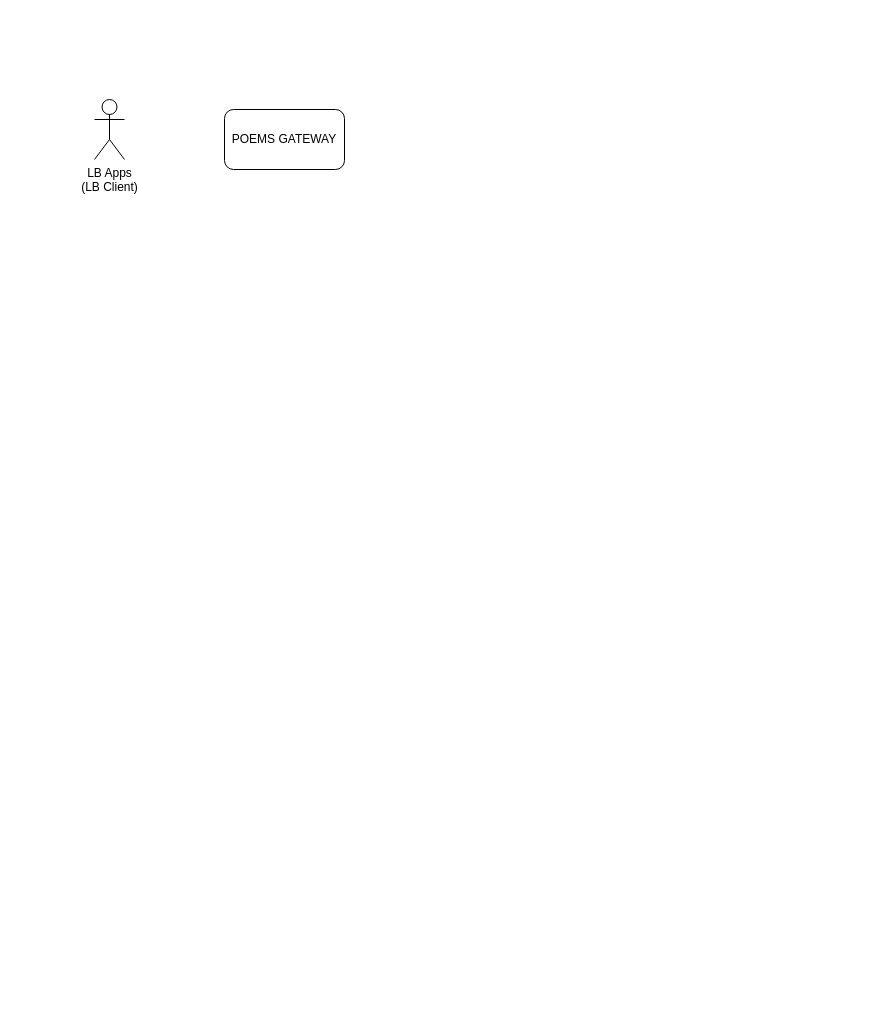
Above: LB_PSPL_Acct Opening.drawio in pspluse007/LBPSPLAOP (draw.io), before the change. Source tidied: cells renumbered, new cells numbered last; positions are measured from the earlier drawing's top-left corner, leaving out a move shared by most shapes. Both pictures are drawn from the tidied source at 100%, with x=0, y=0 at pixel (94, 99).
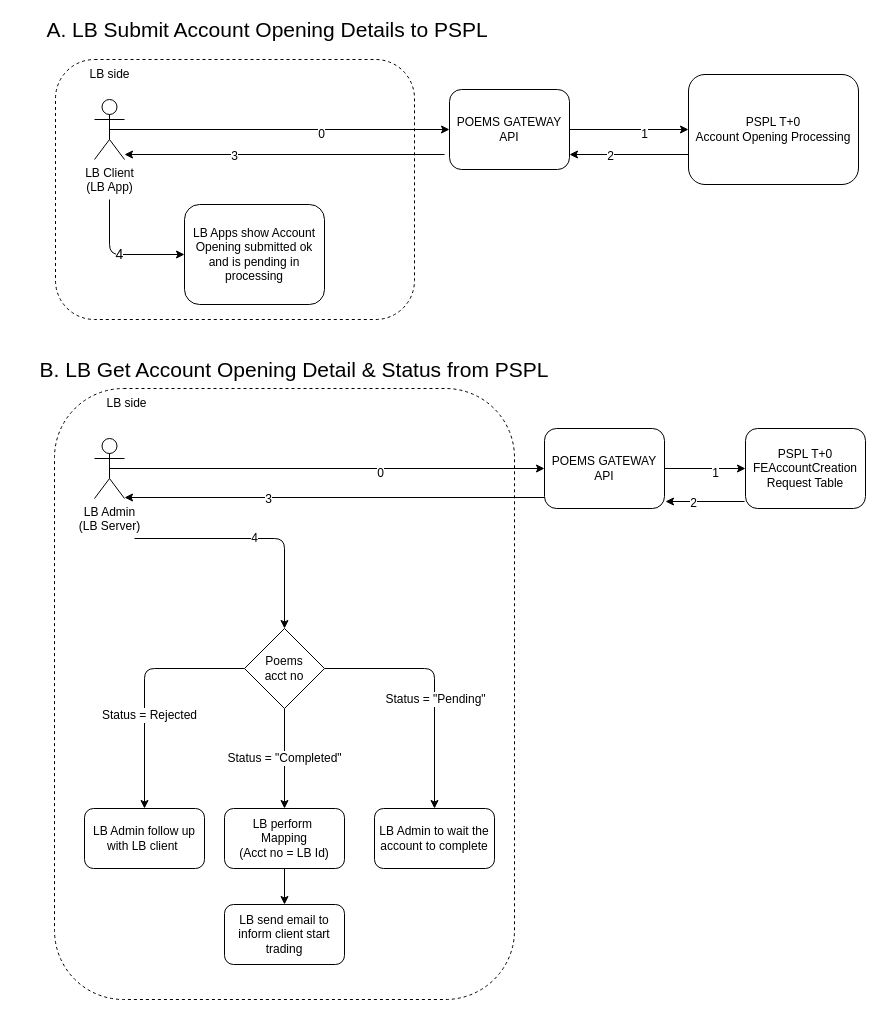
The same diagram, later.

What changed in the source:
```diff
@@
+    <mxCell id="3" value="POEMS GATEWAY&lt;br&gt;API" style="rounded=1;whiteSpace=wrap;html=1;" parent="1" vertex="1">
+      <mxGeometry x="355" y="-10" width="120" height="80" as="geometry" />
+    </mxCell>
+    <mxCell id="4" value="PSPL T+0 &lt;br&gt;Account Opening Processing" style="rounded=1;whiteSpace=wrap;html=1;" parent="1" vertex="1">
+      <mxGeometry x="594" y="-25" width="170" height="110" as="geometry" />
+    </mxCell>
+    <mxCell id="5" style="endArrow=classic;html=1;exitX=1;exitY=0.5;exitDx=0;exitDy=0;entryX=0;entryY=0.5;entryDx=0;entryDy=0;" parent="1" edge="1" source="3" target="4">
+      <mxGeometry relative="1" as="geometry" />
+    </mxCell>
+    <mxCell id="6" value="1" style="text;html=1;align=center;verticalAlign=middle;labelBackgroundColor=#ffffff;" parent="5" vertex="1">
+      <mxGeometry x="0.24" y="-4" relative="1" as="geometry" />
+    </mxCell>
+    <mxCell id="7" style="endArrow=classic;html=1;exitX=0;exitY=0.682;exitDx=0;exitDy=0;exitPerimeter=0;entryX=1;entryY=0.75;entryDx=0;entryDy=0;" parent="1" edge="1">
+      <mxGeometry relative="1" as="geometry">
+        <mxPoint x="594" y="55" as="sourcePoint" />
+        <mxPoint x="475" y="55" as="targetPoint" />
+      </mxGeometry>
+    </mxCell>
+    <mxCell id="8" value="2" style="text;html=1;align=center;verticalAlign=middle;labelBackgroundColor=#ffffff;" parent="7" vertex="1">
+      <mxGeometry x="0.32" y="1" relative="1" as="geometry" />
+    </mxCell>
+    <mxCell id="9" value="POEMS GATEWAY&lt;br&gt;API" style="rounded=1;whiteSpace=wrap;html=1;" parent="1" vertex="1">
+      <mxGeometry x="450" y="329" width="120" height="80" as="geometry" />
+    </mxCell>
+    <mxCell id="10" value="PSPL T+0&lt;br&gt;FEAccountCreation&lt;br&gt;Request Table" style="rounded=1;whiteSpace=wrap;html=1;" parent="1" vertex="1">
+      <mxGeometry x="651" y="329" width="120" height="80" as="geometry" />
+    </mxCell>
+    <mxCell id="11" style="endArrow=classic;html=1;exitX=1;exitY=0.5;exitDx=0;exitDy=0;entryX=0;entryY=0.5;entryDx=0;entryDy=0;" parent="1" edge="1" source="9" target="10">
+      <mxGeometry relative="1" as="geometry" />
+    </mxCell>
+    <mxCell id="12" value="1" style="text;html=1;align=center;verticalAlign=middle;labelBackgroundColor=#ffffff;" parent="11" vertex="1">
+      <mxGeometry x="0.24" y="-4" relative="1" as="geometry" />
+    </mxCell>
+    <mxCell id="13" style="endArrow=classic;html=1;" parent="1" edge="1">
+      <mxGeometry relative="1" as="geometry">
+        <mxPoint x="650" y="402" as="sourcePoint" />
+        <mxPoint x="571" y="402" as="targetPoint" />
+      </mxGeometry>
+    </mxCell>
+    <mxCell id="14" value="2" style="text;html=1;align=center;verticalAlign=middle;labelBackgroundColor=#ffffff;" parent="13" vertex="1">
+      <mxGeometry x="0.32" y="1" relative="1" as="geometry" />
+    </mxCell>
+    <mxCell id="15" value="A. LB Submit Account Opening Details to PSPL" style="text;html=1;strokeColor=none;fillColor=none;align=center;verticalAlign=middle;whiteSpace=wrap;rounded=0;fontSize=21;" parent="1" vertex="1">
+      <mxGeometry x="-77" y="-80" width="500" height="20" as="geometry" />
+    </mxCell>
+    <mxCell id="16" value="B. LB Get Account Opening Detail &amp;amp; Status from PSPL" style="text;html=1;strokeColor=none;fillColor=none;align=center;verticalAlign=middle;whiteSpace=wrap;rounded=0;fontSize=21;" parent="1" vertex="1">
+      <mxGeometry x="-75" y="260" width="550" height="20" as="geometry" />
+    </mxCell>
+    <mxCell id="17" style="rounded=1;whiteSpace=wrap;html=1;fontSize=12;dashed=1;" parent="1" vertex="1">
+      <mxGeometry x="-40" y="289" width="460" height="611" as="geometry" />
+    </mxCell>
+    <mxCell id="18" value="Poems &lt;br&gt;acct no" style="rhombus;whiteSpace=wrap;html=1;fontSize=12;" parent="1" vertex="1">
+      <mxGeometry x="150" y="529" width="80" height="80" as="geometry" />
+    </mxCell>
+    <mxCell id="19" value="LB perform&amp;nbsp;&lt;br&gt;Mapping&lt;br&gt;(Acct no = LB Id)" style="rounded=1;whiteSpace=wrap;html=1;fontSize=12;" parent="1" vertex="1">
+      <mxGeometry x="130" y="709" width="120" height="60" as="geometry" />
+    </mxCell>
+    <mxCell id="20" value="Status = &quot;Completed&quot;" style="endArrow=classic;html=1;fontSize=12;entryX=0.5;entryY=0;entryDx=0;entryDy=0;exitX=0.5;exitY=1;exitDx=0;exitDy=0;" parent="1" edge="1" source="18" target="19">
+      <mxGeometry relative="1" as="geometry" />
+    </mxCell>
+    <mxCell id="21" value="LB Admin follow up with LB client&amp;nbsp;" style="rounded=1;whiteSpace=wrap;html=1;fontSize=12;" parent="1" vertex="1">
+      <mxGeometry x="-10" y="709" width="120" height="60" as="geometry" />
+    </mxCell>
+    <mxCell id="22" style="endArrow=classic;html=1;fontSize=12;exitX=0;exitY=0.5;exitDx=0;exitDy=0;" parent="1" edge="1" source="18" target="21">
+      <mxGeometry relative="1" as="geometry">
+        <Array as="points">
+          <mxPoint x="50" y="569" />
+        </Array>
+      </mxGeometry>
+    </mxCell>
+    <mxCell id="23" value="Status = Rejected" style="text;html=1;align=center;verticalAlign=middle;labelBackgroundColor=#ffffff;fontSize=12;" parent="22" vertex="1">
+      <mxGeometry x="0.22" y="4" relative="1" as="geometry" />
+    </mxCell>
+    <mxCell id="24" value="&lt;span style=&quot;white-space: normal&quot;&gt;LB Admin to wait the account to complete&lt;/span&gt;" style="rounded=1;whiteSpace=wrap;html=1;fontSize=12;" parent="1" vertex="1">
+      <mxGeometry x="280" y="709" width="120" height="60" as="geometry" />
+    </mxCell>
+    <mxCell id="25" style="endArrow=classic;html=1;fontSize=12;exitX=1;exitY=0.5;exitDx=0;exitDy=0;entryX=0.5;entryY=0;entryDx=0;entryDy=0;" parent="1" edge="1" source="18" target="24">
+      <mxGeometry relative="1" as="geometry">
+        <Array as="points">
+          <mxPoint x="340" y="569" />
+        </Array>
+      </mxGeometry>
+    </mxCell>
+    <mxCell id="26" value="Status = &quot;Pending&quot;" style="text;html=1;align=center;verticalAlign=middle;labelBackgroundColor=#ffffff;fontSize=12;" parent="25" vertex="1">
+      <mxGeometry x="0.12" relative="1" as="geometry" />
+    </mxCell>
+    <mxCell id="27" value="LB side" style="text;html=1;strokeColor=none;fillColor=none;align=center;verticalAlign=middle;whiteSpace=wrap;rounded=0;fontSize=12;" parent="1" vertex="1">
+      <mxGeometry y="294" width="65" height="20" as="geometry" />
+    </mxCell>
+    <mxCell id="28" value="LB Admin&lt;br&gt;(LB Server)" style="shape=umlActor;verticalLabelPosition=bottom;labelBackgroundColor=#ffffff;verticalAlign=top;html=1;outlineConnect=0;" parent="1" vertex="1">
+      <mxGeometry y="339" width="30" height="60" as="geometry" />
+    </mxCell>
+    <mxCell id="29" style="endArrow=classic;html=1;exitX=0.5;exitY=0.5;exitDx=0;exitDy=0;exitPerimeter=0;entryX=0;entryY=0.5;entryDx=0;entryDy=0;" parent="1" edge="1" source="28" target="9">
+      <mxGeometry relative="1" as="geometry" />
+    </mxCell>
+    <mxCell id="30" value="0" style="text;html=1;align=center;verticalAlign=middle;labelBackgroundColor=#ffffff;" parent="29" vertex="1">
+      <mxGeometry x="0.24" y="-4" relative="1" as="geometry" />
+    </mxCell>
+    <mxCell id="31" style="endArrow=classic;html=1;" parent="1" edge="1">
+      <mxGeometry relative="1" as="geometry">
+        <mxPoint x="450" y="398" as="sourcePoint" />
+        <mxPoint x="30" y="398" as="targetPoint" />
+      </mxGeometry>
+    </mxCell>
+    <mxCell id="32" value="3" style="text;html=1;align=center;verticalAlign=middle;labelBackgroundColor=#ffffff;" parent="31" vertex="1">
+      <mxGeometry x="0.32" y="1" relative="1" as="geometry" />
+    </mxCell>
+    <mxCell id="33" value="4" style="endArrow=classic;html=1;fontSize=12;entryX=0.5;entryY=0;entryDx=0;entryDy=0;" parent="1" edge="1" target="18">
+      <mxGeometry relative="1" as="geometry">
+        <mxPoint x="40" y="439" as="sourcePoint" />
+        <Array as="points">
+          <mxPoint x="190" y="439" />
+        </Array>
+      </mxGeometry>
+    </mxCell>
+    <mxCell id="34" style="rounded=1;whiteSpace=wrap;html=1;fontSize=12;dashed=1;" parent="1" vertex="1">
+      <mxGeometry x="-39" y="-40" width="359" height="260" as="geometry" />
+    </mxCell>
-    <mxCell id="2" value="LB Apps&lt;br&gt;(LB Client)" style="shape=umlActor;verticalLabelPosition=bottom;labelBackgroundColor=#ffffff;verticalAlign=top;html=1;outlineConnect=0;" parent="1" vertex="1">
+    <mxCell id="2" value="LB Client&lt;br&gt;(LB App)" style="shape=umlActor;verticalLabelPosition=bottom;labelBackgroundColor=#ffffff;verticalAlign=top;html=1;outlineConnect=0;" parent="1" vertex="1">
       <mxGeometry width="30" height="60" as="geometry" />
     </mxCell>
-    <mxCell id="3" value="POEMS GATEWAY" style="rounded=1;whiteSpace=wrap;html=1;" parent="1" vertex="1">
-      <mxGeometry x="130" y="10" width="120" height="60" as="geometry" />
-    </mxCell>
+    <mxCell id="35" style="endArrow=classic;html=1;exitX=0.5;exitY=0.5;exitDx=0;exitDy=0;exitPerimeter=0;entryX=0;entryY=0.5;entryDx=0;entryDy=0;" parent="1" edge="1" source="2" target="3">
+      <mxGeometry relative="1" as="geometry" />
+    </mxCell>
+    <mxCell id="36" value="0" style="text;html=1;align=center;verticalAlign=middle;labelBackgroundColor=#ffffff;" parent="35" vertex="1">
+      <mxGeometry x="0.24" y="-4" relative="1" as="geometry" />
+    </mxCell>
+    <mxCell id="37" style="endArrow=classic;html=1;entryX=1;entryY=1;entryDx=0;entryDy=0;entryPerimeter=0;" parent="1" edge="1">
+      <mxGeometry relative="1" as="geometry">
+        <mxPoint x="350" y="55" as="sourcePoint" />
+        <mxPoint x="30" y="55" as="targetPoint" />
+      </mxGeometry>
+    </mxCell>
+    <mxCell id="38" value="3" style="text;html=1;align=center;verticalAlign=middle;labelBackgroundColor=#ffffff;" parent="37" vertex="1">
+      <mxGeometry x="0.32" y="1" relative="1" as="geometry" />
+    </mxCell>
+    <mxCell id="39" value="LB Apps show Account Opening submitted ok and is pending in processing" style="rounded=1;whiteSpace=wrap;html=1;fontSize=12;" parent="1" vertex="1">
+      <mxGeometry x="90" y="105" width="140" height="100" as="geometry" />
+    </mxCell>
+    <mxCell id="40" value="4" style="endArrow=classic;html=1;fontSize=14;entryX=0;entryY=0.5;entryDx=0;entryDy=0;" parent="1" edge="1" target="39">
+      <mxGeometry relative="1" as="geometry">
+        <mxPoint x="15" y="100" as="sourcePoint" />
+        <Array as="points">
+          <mxPoint x="15" y="155" />
+        </Array>
+      </mxGeometry>
+    </mxCell>
+    <mxCell id="41" value="LB side" style="text;html=1;strokeColor=none;fillColor=none;align=center;verticalAlign=middle;whiteSpace=wrap;rounded=0;fontSize=12;" parent="1" vertex="1">
+      <mxGeometry x="-17.5" y="-35" width="65" height="20" as="geometry" />
+    </mxCell>
+    <mxCell id="42" value="LB send email to inform client start trading" style="rounded=1;whiteSpace=wrap;html=1;fontSize=12;" parent="1" vertex="1">
+      <mxGeometry x="130" y="805" width="120" height="60" as="geometry" />
+    </mxCell>
+    <mxCell id="43" style="endArrow=classic;html=1;fontSize=14;entryX=0.5;entryY=0;entryDx=0;entryDy=0;exitX=0.5;exitY=1;exitDx=0;exitDy=0;" parent="1" edge="1" source="19" target="42">
+      <mxGeometry relative="1" as="geometry" />
+    </mxCell>
```
